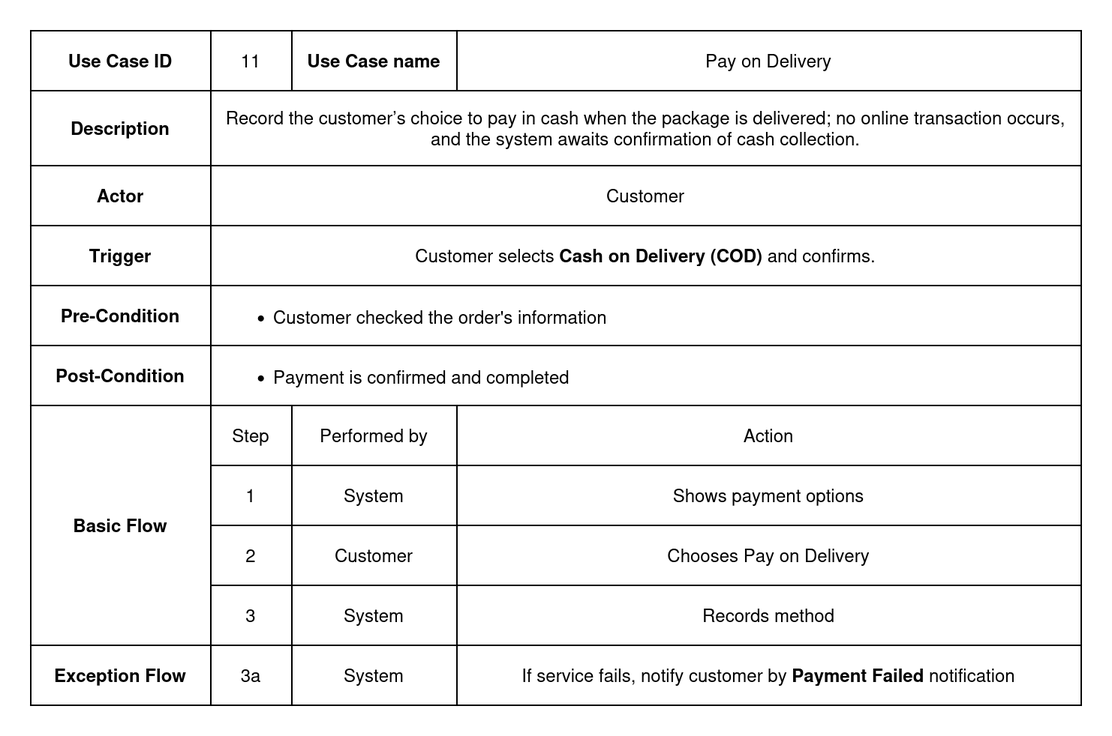
auphong2707/itse-laptopshop-management-web-application keeps this draw.io diagram as documentation/Images/usecase_metadata_card/uc_11_pay_on_delivery.drawio.png. Above is the earlier version. Source tidied: cells renumbered, new cells last; positions are measured from the earlier drawing's top-left corner, leaving out a move shared by most shapes.
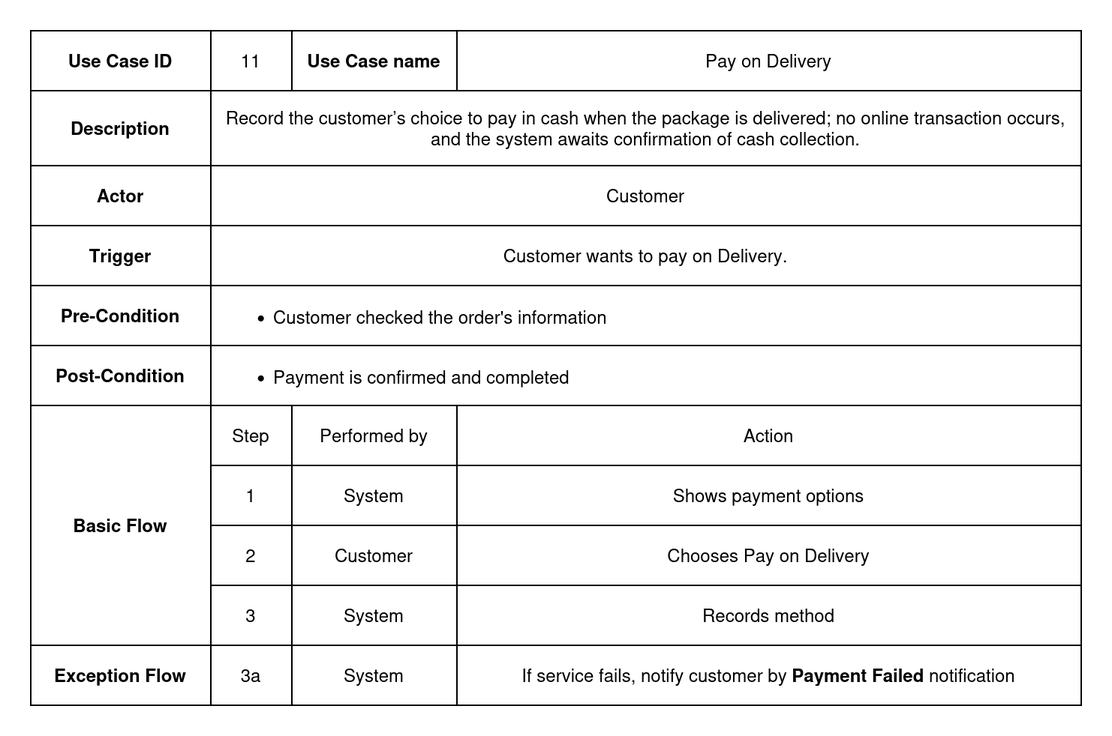
The same file after the commit.

Diff of the diagram source:
```diff
@@ -44,7 +44,7 @@
     <mxCell id="15" value="Trigger" style="shape=partialRectangle;html=1;whiteSpace=wrap;strokeColor=inherit;overflow=hidden;fillColor=none;top=0;left=0;bottom=0;right=0;fontStyle=1;" parent="14" vertex="1">
       <mxGeometry width="120" height="40" as="geometry" />
     </mxCell>
-    <mxCell id="16" value="Customer selects &lt;strong&gt;Cash on Delivery (COD)&lt;/strong&gt; and confirms." style="shape=partialRectangle;html=1;whiteSpace=wrap;strokeColor=inherit;overflow=hidden;fillColor=none;top=0;left=0;bottom=0;right=0;rowspan=1;colspan=3;" parent="14" vertex="1">
+    <mxCell id="16" value="Customer wants to pay on Delivery." style="shape=partialRectangle;html=1;whiteSpace=wrap;strokeColor=inherit;overflow=hidden;fillColor=none;top=0;left=0;bottom=0;right=0;rowspan=1;colspan=3;" parent="14" vertex="1">
       <mxGeometry x="120" width="580" height="40" as="geometry" />
     </mxCell>
     <mxCell id="17" style="shape=tableRow;horizontal=0;startSize=0;swimlaneHead=0;swimlaneBody=0;strokeColor=inherit;top=0;left=0;bottom=0;right=0;fillColor=none;" parent="2" vertex="1">
```
